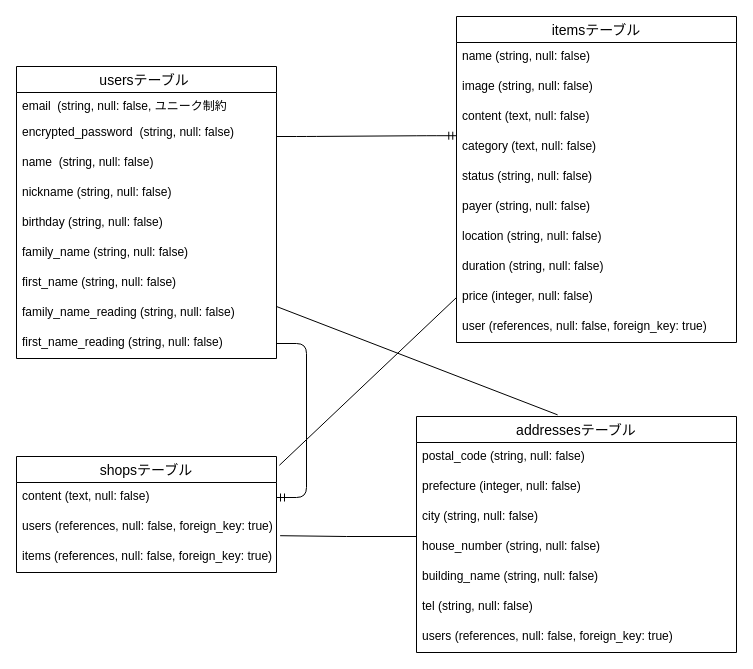
Before: furima-39267.dio in okuroshiro/furima-39267, a draw.io diagram. Source tidied: cells renumbered, new cells numbered last; positions are measured from the earlier drawing's top-left corner, leaving out a move shared by most shapes. Both pictures are drawn from the tidied source at 100%, with x=0, y=0 at pixel (16, 16).
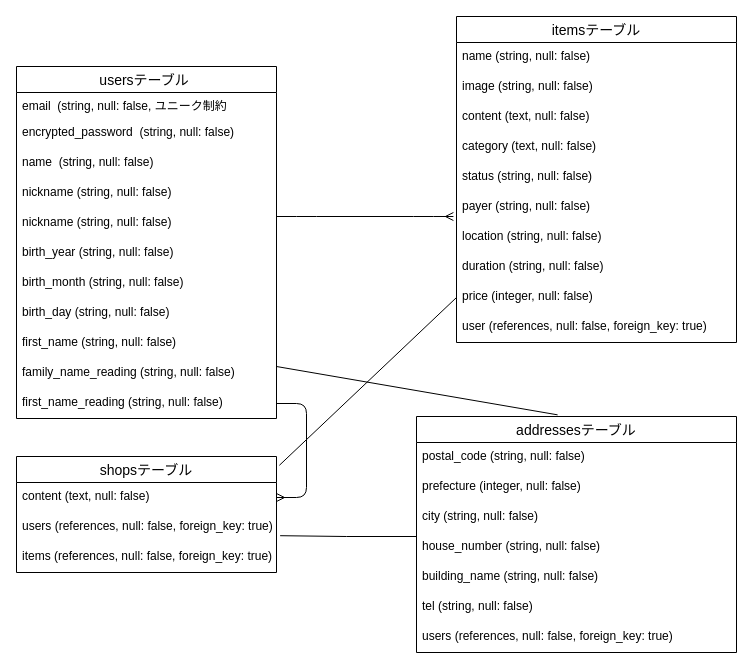
The same page after the edit.

Commit message (it also covers changes not shown here):
データベース設計　usersテーブル変更

The change refers to these unchanged cells:
```xml
<mxCell id="15" value="content (text, null: false)" style="text;strokeColor=none;fillColor=none;spacingLeft=4;spacingRight=4;overflow=hidden;points=[[0,0.5],[1,0.5]];portConstraint=eastwest;fontSize=12;" parent="12" vertex="1">
  <mxGeometry y="86" width="280" height="30" as="geometry" />
</mxCell>
<mxCell id="18" value="payer (string, null: false)" style="text;strokeColor=none;fillColor=none;spacingLeft=4;spacingRight=4;overflow=hidden;points=[[0,0.5],[1,0.5]];portConstraint=eastwest;fontSize=12;" parent="12" vertex="1">
  <mxGeometry y="176" width="280" height="30" as="geometry" />
</mxCell>
<mxCell id="32" value="content (text, null: false)" style="text;strokeColor=none;fillColor=none;spacingLeft=4;spacingRight=4;overflow=hidden;points=[[0,0.5],[1,0.5]];portConstraint=eastwest;fontSize=12;" parent="31" vertex="1">
  <mxGeometry y="26" width="260" height="30" as="geometry" />
</mxCell>
```

Change to the diagram source:
```diff
@@
     <mxCell id="2" value="usersテーブル " style="swimlane;fontStyle=0;horizontal=1;startSize=26;align=center;fontSize=14;" parent="1" vertex="1">
-      <mxGeometry y="50" width="260" height="292" as="geometry" />
+      <mxGeometry y="50" width="260" height="352" as="geometry" />
     </mxCell>
@@
+    <mxCell id="41" value="nickname (string, null: false)" style="text;strokeColor=none;fillColor=none;spacingLeft=4;spacingRight=4;overflow=hidden;fontSize=12;" parent="2" vertex="1">
+      <mxGeometry y="142" width="260" height="30" as="geometry" />
+    </mxCell>
-    <mxCell id="7" value="birthday (string, null: false)" style="text;strokeColor=none;fillColor=none;spacingLeft=4;spacingRight=4;overflow=hidden;fontSize=12;" parent="2" vertex="1">
-      <mxGeometry y="142" width="260" height="30" as="geometry" />
+    <mxCell id="7" value="birth_year (string, null: false)" style="text;strokeColor=none;fillColor=none;spacingLeft=4;spacingRight=4;overflow=hidden;fontSize=12;" parent="2" vertex="1">
+      <mxGeometry y="172" width="260" height="30" as="geometry" />
     </mxCell>
-    <mxCell id="8" value="family_name (string, null: false)" style="text;strokeColor=none;fillColor=none;spacingLeft=4;spacingRight=4;overflow=hidden;fontSize=12;" parent="2" vertex="1">
-      <mxGeometry y="172" width="260" height="30" as="geometry" />
+    <mxCell id="8" value="birth_month (string, null: false)" style="text;strokeColor=none;fillColor=none;spacingLeft=4;spacingRight=4;overflow=hidden;fontSize=12;" parent="2" vertex="1">
+      <mxGeometry y="202" width="260" height="30" as="geometry" />
     </mxCell>
+    <mxCell id="42" value="birth_day (string, null: false)" style="text;strokeColor=none;fillColor=none;spacingLeft=4;spacingRight=4;overflow=hidden;fontSize=12;" parent="2" vertex="1">
+      <mxGeometry y="232" width="260" height="30" as="geometry" />
+    </mxCell>
     <mxCell id="9" value="first_name (string, null: false)" style="text;strokeColor=none;fillColor=none;spacingLeft=4;spacingRight=4;overflow=hidden;fontSize=12;" parent="2" vertex="1">
-      <mxGeometry y="202" width="260" height="30" as="geometry" />
+      <mxGeometry y="262" width="260" height="30" as="geometry" />
     </mxCell>
     <mxCell id="10" value="family_name_reading (string, null: false)" style="text;strokeColor=none;fillColor=none;spacingLeft=4;spacingRight=4;overflow=hidden;points=[[0,0.5],[1,0.5]];portConstraint=eastwest;fontSize=12;" parent="2" vertex="1">
-      <mxGeometry y="232" width="260" height="30" as="geometry" />
+      <mxGeometry y="292" width="260" height="30" as="geometry" />
     </mxCell>
     <mxCell id="11" value="first_name_reading (string, null: false)" style="text;strokeColor=none;fillColor=none;spacingLeft=4;spacingRight=4;overflow=hidden;points=[[0,0.5],[1,0.5]];portConstraint=eastwest;fontSize=12;" parent="2" vertex="1">
-      <mxGeometry y="262" width="260" height="30" as="geometry" />
+      <mxGeometry y="322" width="260" height="30" as="geometry" />
     </mxCell>
@@
-    <mxCell id="36" style="edgeStyle=entityRelationEdgeStyle;fontSize=12;html=1;endArrow=ERmandOne;exitX=1;exitY=0.5;exitDx=0;exitDy=0;entryX=1;entryY=0.5;entryDx=0;entryDy=0;" parent="1" edge="1" source="11" target="32">
-      <mxGeometry relative="1" as="geometry" />
-    </mxCell>
-    <mxCell id="37" style="edgeStyle=entityRelationEdgeStyle;fontSize=12;html=1;endArrow=ERmandOne;entryX=0.001;entryY=1.107;entryDx=0;entryDy=0;entryPerimeter=0;" parent="1" edge="1" target="15">
-      <mxGeometry relative="1" as="geometry">
-        <mxPoint x="260" y="120" as="sourcePoint" />
-      </mxGeometry>
-    </mxCell>
@@
+    <mxCell id="43" style="edgeStyle=entityRelationEdgeStyle;fontSize=12;html=1;endArrow=ERmany;entryX=-0.011;entryY=0.8;entryDx=0;entryDy=0;entryPerimeter=0;" parent="1" edge="1" target="18">
+      <mxGeometry relative="1" as="geometry">
+        <mxPoint x="260" y="200" as="sourcePoint" />
+      </mxGeometry>
+    </mxCell>
+    <mxCell id="36" style="edgeStyle=entityRelationEdgeStyle;fontSize=12;html=1;endArrow=ERmany;exitX=1;exitY=0.5;exitDx=0;exitDy=0;entryX=1;entryY=0.5;entryDx=0;entryDy=0;" parent="1" edge="1" source="11" target="32">
+      <mxGeometry relative="1" as="geometry" />
+    </mxCell>
```
